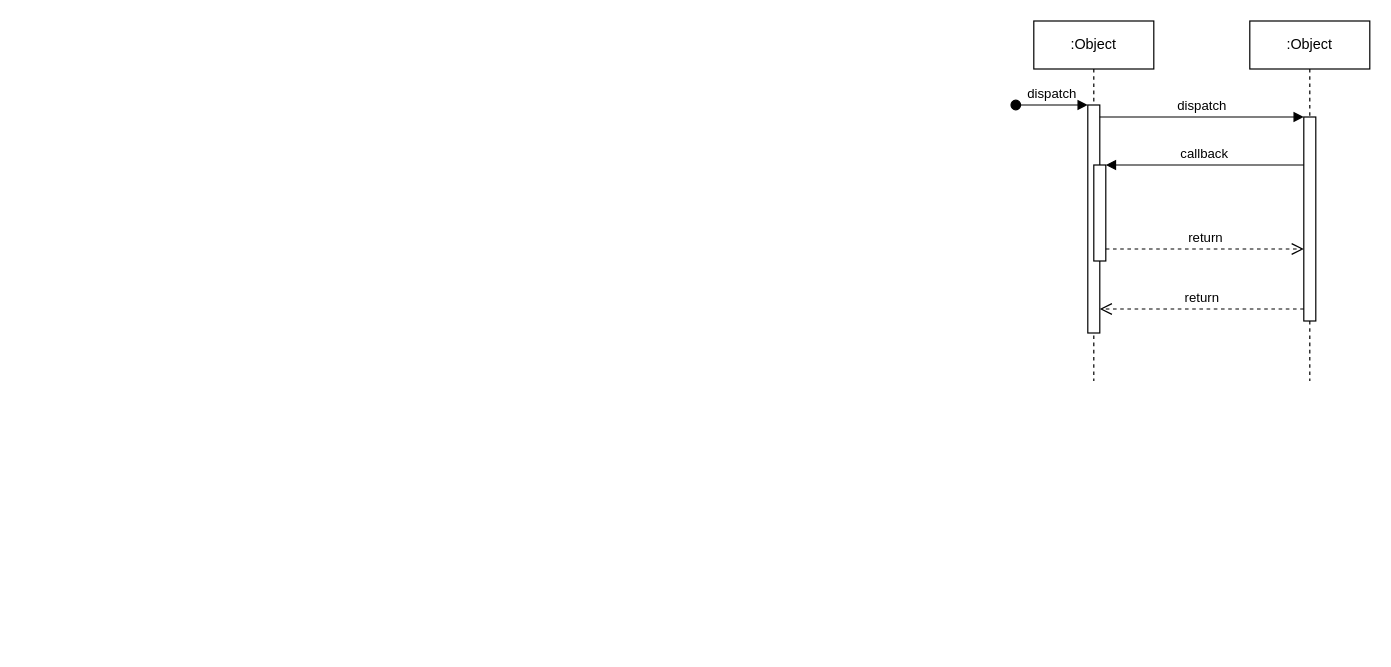
This is Diagramme sans nom.drawio from BMaurice56/Tamagotchi, a draw.io file, before an edit. Source tidied: cells renumbered, new cells numbered last; positions are measured from the earlier drawing's top-left corner, leaving out a move shared by most shapes. Both pictures are drawn from the tidied source at 120%, with x=0, y=0 at pixel (1015, 20).
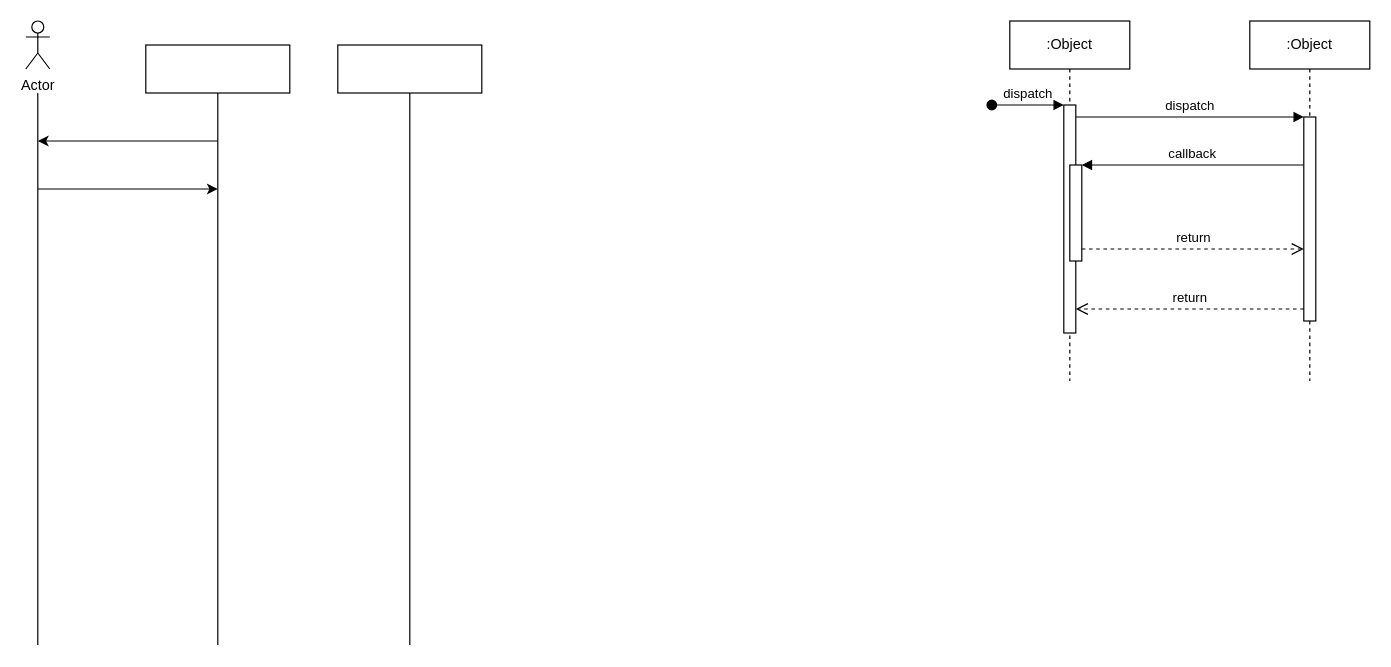
Above is the later version.

Commit message:
Mettre à jour Diagramme.drawio

The edit, as a diff of the source:
```diff
@@
     <mxCell id="2" value=":Object" style="shape=umlLifeline;perimeter=lifelinePerimeter;whiteSpace=wrap;html=1;newEdgeStyle={&quot;edgeStyle&quot;:&quot;elbowEdgeStyle&quot;,&quot;elbow&quot;:&quot;vertical&quot;,&quot;curved&quot;:0,&quot;rounded&quot;:0};" parent="1" vertex="1">
-      <mxGeometry x="15" width="100" height="300" as="geometry" />
+      <mxGeometry x="-5" width="100" height="300" as="geometry" />
     </mxCell>
@@
+    <mxCell id="12" value="Actor" style="shape=umlActor;verticalLabelPosition=bottom;verticalAlign=top;html=1;" parent="1" vertex="1">
+      <mxGeometry x="-825" width="20" height="40" as="geometry" />
+    </mxCell>
+    <mxCell id="13" style="endArrow=none;html=1;rounded=0;" parent="1" edge="1">
+      <mxGeometry relative="1" as="geometry">
+        <mxPoint x="-815" y="520" as="sourcePoint" />
+        <mxPoint x="-815" y="60" as="targetPoint" />
+      </mxGeometry>
+    </mxCell>
+    <mxCell id="14" style="endArrow=none;html=1;rounded=0;" parent="1" edge="1">
+      <mxGeometry relative="1" as="geometry">
+        <mxPoint x="-665" y="520" as="sourcePoint" />
+        <mxPoint x="-665" y="60" as="targetPoint" />
+      </mxGeometry>
+    </mxCell>
+    <mxCell id="15" style="endArrow=none;html=1;rounded=0;" parent="1" edge="1">
+      <mxGeometry relative="1" as="geometry">
+        <mxPoint x="-505" y="520" as="sourcePoint" />
+        <mxPoint x="-505" y="60" as="targetPoint" />
+      </mxGeometry>
+    </mxCell>
+    <mxCell id="16" style="rounded=0;whiteSpace=wrap;html=1;" parent="1" vertex="1">
+      <mxGeometry x="-725" y="20" width="120" height="40" as="geometry" />
+    </mxCell>
+    <mxCell id="17" style="rounded=0;whiteSpace=wrap;html=1;" parent="1" vertex="1">
+      <mxGeometry x="-565" y="20" width="120" height="40" as="geometry" />
+    </mxCell>
+    <mxCell id="18" style="endArrow=classic;html=1;rounded=0;" parent="1" edge="1">
+      <mxGeometry relative="1" as="geometry">
+        <mxPoint x="-815" y="140" as="sourcePoint" />
+        <mxPoint x="-665" y="140" as="targetPoint" />
+      </mxGeometry>
+    </mxCell>
+    <mxCell id="19" style="endArrow=classic;html=1;rounded=0;" parent="1" edge="1">
+      <mxGeometry relative="1" as="geometry">
+        <mxPoint x="-665" y="100" as="sourcePoint" />
+        <mxPoint x="-815" y="100" as="targetPoint" />
+      </mxGeometry>
+    </mxCell>
```
